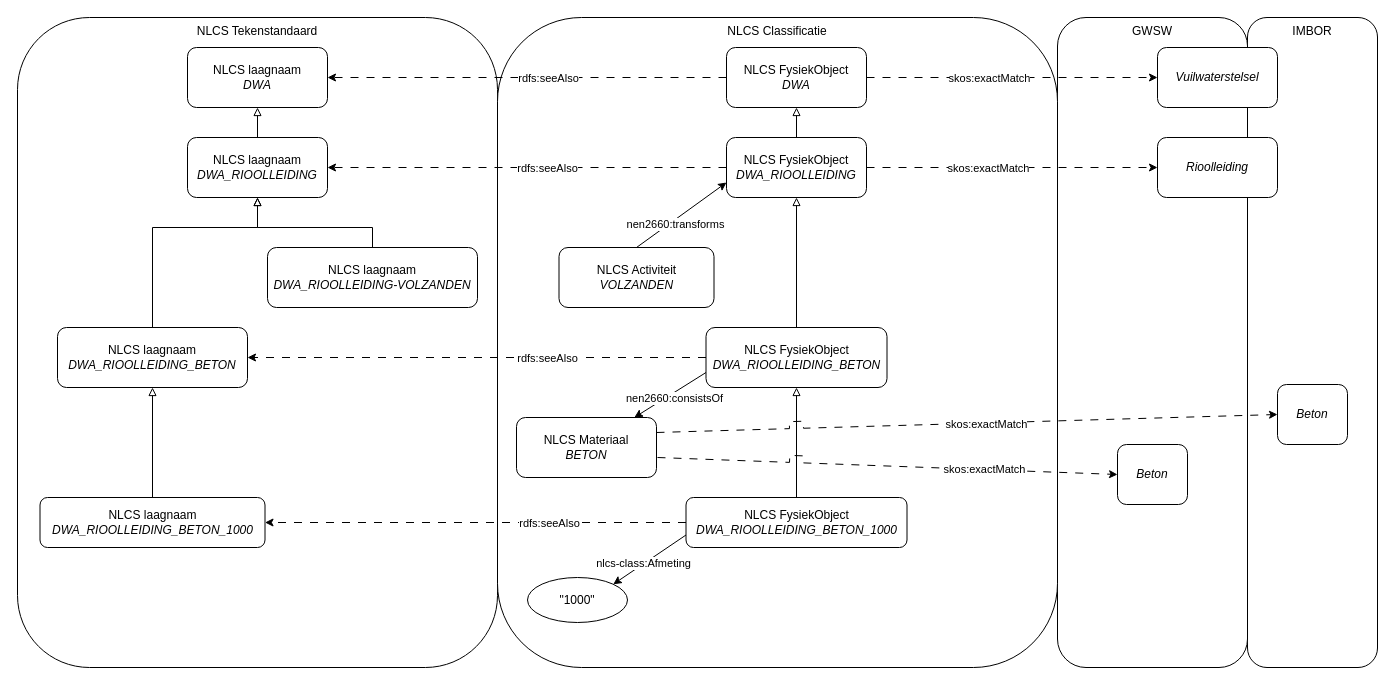
nl-digigo/NLCS keeps this draw.io diagram as docs/InformatieModelSchema_NlcsClassificatie/NLCSlandschap.drawio. Above is the earlier version. Source tidied: cells renumbered, new cells numbered last; positions are measured from the earlier drawing's top-left corner, leaving out a move shared by most shapes. Both pictures are drawn from the tidied source at 100%, with x=0, y=0 at pixel (17, 17).
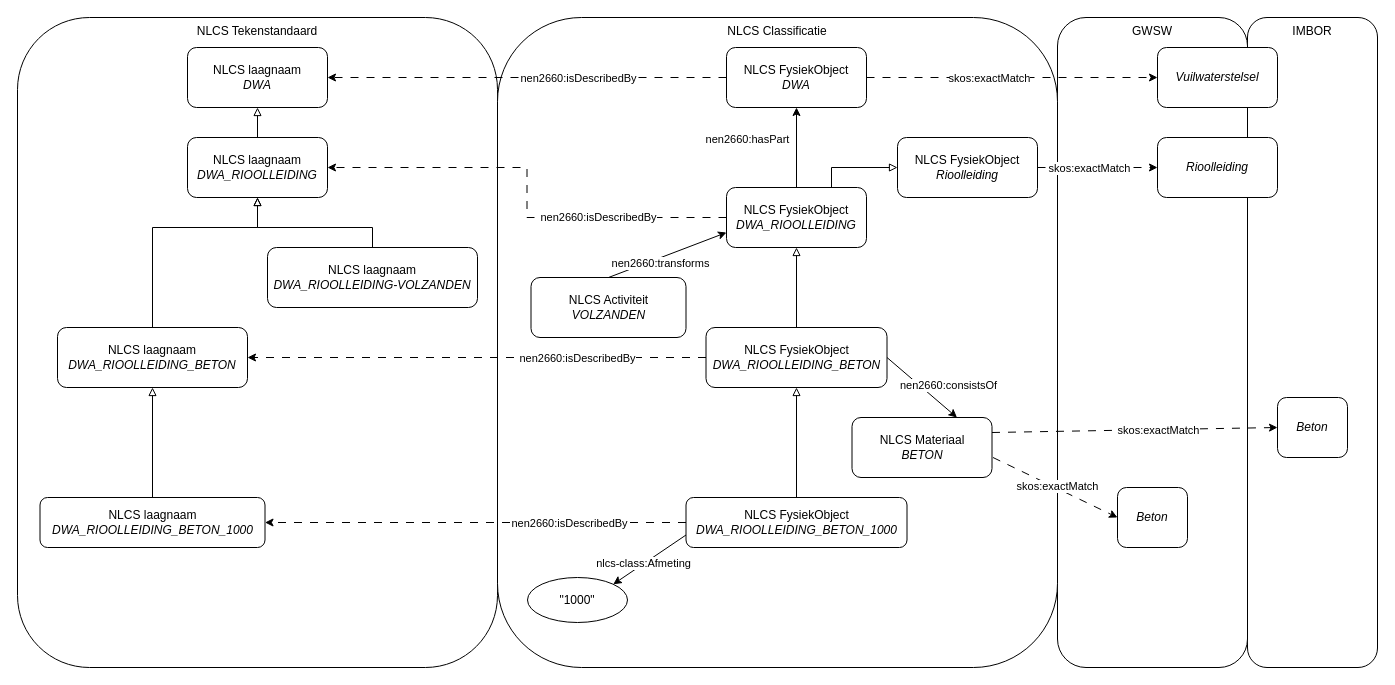
The same diagram, later.

Commit message:
update nlcs classification model

Unchanged cells that the change refers to:
```xml
<mxCell id="13" style="edgeStyle=orthogonalEdgeStyle;rounded=0;jettySize=auto;html=1;entryX=1;entryY=0.5;entryDx=0;entryDy=0;dashed=1;dashPattern=8 8;" parent="1" edge="1" source="17" target="7">
  <mxGeometry relative="1" as="geometry" />
</mxCell>
<mxCell id="19" style="edgeStyle=orthogonalEdgeStyle;rounded=0;jettySize=auto;html=1;entryX=1;entryY=0.5;entryDx=0;entryDy=0;dashed=1;dashPattern=8 8;" parent="1" edge="1" source="21" target="9">
  <mxGeometry relative="1" as="geometry" />
</mxCell>
<mxCell id="21" value="NLCS FysiekObject&lt;div&gt;&lt;i&gt;DWA_RIOOLLEIDING_BETON&lt;/i&gt;&lt;/div&gt;" style="rounded=1;whiteSpace=wrap;html=1;" parent="1" vertex="1">
  <mxGeometry x="688.5" y="310" width="181" height="60" as="geometry" />
</mxCell>
<mxCell id="22" style="edgeStyle=orthogonalEdgeStyle;rounded=0;jettySize=auto;html=1;dashed=1;dashPattern=8 8;" parent="1" edge="1" source="27" target="11">
  <mxGeometry relative="1" as="geometry" />
</mxCell>
<mxCell id="36" style="edgeStyle=orthogonalEdgeStyle;rounded=0;jettySize=auto;html=1;entryX=1;entryY=0.5;entryDx=0;entryDy=0;dashed=1;dashPattern=8 8;" parent="1" edge="1" source="40" target="35">
  <mxGeometry relative="1" as="geometry" />
</mxCell>
<mxCell id="40" value="NLCS FysiekObject&lt;div&gt;&lt;i&gt;DWA&lt;/i&gt;&lt;/div&gt;" style="rounded=1;whiteSpace=wrap;html=1;" parent="1" vertex="1">
  <mxGeometry x="709" y="30" width="140" height="60" as="geometry" />
</mxCell>
<mxCell id="49" value="&lt;i&gt;Rioolleiding&lt;/i&gt;" style="rounded=1;whiteSpace=wrap;html=1;" parent="1" vertex="1">
  <mxGeometry x="1140" y="120" width="120" height="60" as="geometry" />
</mxCell>
```

Diff of the diagram source:
```diff
@@
-    <mxCell id="12" style="edgeStyle=orthogonalEdgeStyle;rounded=0;jettySize=auto;html=1;endArrow=block;endFill=0;" parent="1" edge="1" source="17" target="40">
-      <mxGeometry relative="1" as="geometry" />
+    <mxCell id="12" value="nen2660:hasPart" style="edgeStyle=orthogonalEdgeStyle;rounded=0;jettySize=auto;html=1;endArrow=classic;endFill=1;" parent="1" edge="1" source="17" target="40">
+      <mxGeometry x="0.2" y="49" relative="1" as="geometry" />
     </mxCell>
@@
-    <mxCell id="14" value="rdfs:seeAlso" style="edgeLabel;html=1;align=center;verticalAlign=middle;" parent="13" vertex="1">
+    <mxCell id="14" value="nen2660:isDescribedBy" style="edgeLabel;html=1;align=center;verticalAlign=middle;" parent="13" vertex="1">
       <mxGeometry x="-0.06" y="2" relative="1" as="geometry">
-        <mxPoint x="8" y="-2" as="offset" />
+        <mxPoint x="73" y="11" as="offset" />
       </mxGeometry>
     </mxCell>
-    <mxCell id="15" style="edgeStyle=orthogonalEdgeStyle;rounded=0;jettySize=auto;html=1;entryX=0;entryY=0.5;entryDx=0;entryDy=0;dashed=1;dashPattern=8 8;" parent="1" edge="1" source="17" target="49">
+    <mxCell id="15" style="edgeStyle=orthogonalEdgeStyle;rounded=0;jettySize=auto;html=1;entryX=0;entryY=0.5;entryDx=0;entryDy=0;dashed=1;dashPattern=8 8;" parent="1" edge="1" source="51" target="49">
       <mxGeometry relative="1" as="geometry" />
     </mxCell>
@@
     <mxCell id="17" value="NLCS FysiekObject&lt;div&gt;&lt;i&gt;DWA_RIOOLLEIDING&lt;/i&gt;&lt;/div&gt;" style="rounded=1;whiteSpace=wrap;html=1;" parent="1" vertex="1">
-      <mxGeometry x="709" y="120" width="140" height="60" as="geometry" />
+      <mxGeometry x="709" y="170" width="140" height="60" as="geometry" />
     </mxCell>
@@
-    <mxCell id="20" value="rdfs:seeAlso" style="edgeLabel;html=1;align=center;verticalAlign=middle;" parent="19" vertex="1">
+    <mxCell id="20" value="nen2660:isDescribedBy" style="edgeLabel;html=1;align=center;verticalAlign=middle;" parent="19" vertex="1">
       <mxGeometry x="-0.56" y="-2" relative="1" as="geometry">
-        <mxPoint x="-58" y="2" as="offset" />
+        <mxPoint x="-28" y="2" as="offset" />
       </mxGeometry>
     </mxCell>
@@
-    <mxCell id="23" value="rdfs:seeAlso" style="edgeLabel;html=1;align=center;verticalAlign=middle;" parent="22" vertex="1">
+    <mxCell id="23" value="nen2660:isDescribedBy" style="edgeLabel;html=1;align=center;verticalAlign=middle;" parent="22" vertex="1">
       <mxGeometry x="-0.36" y="-3" relative="1" as="geometry">
-        <mxPoint x="-2" y="3" as="offset" />
+        <mxPoint x="18" y="3" as="offset" />
       </mxGeometry>
     </mxCell>
@@
-    <mxCell id="28" style="rounded=0;jettySize=auto;html=1;exitX=0;exitY=0.75;exitDx=0;exitDy=0;" parent="1" edge="1" source="21" target="34">
+    <mxCell id="28" style="rounded=0;jettySize=auto;html=1;exitX=1;exitY=0.5;exitDx=0;exitDy=0;entryX=0.75;entryY=0;entryDx=0;entryDy=0;" parent="1" edge="1" source="21" target="34">
       <mxGeometry relative="1" as="geometry" />
     </mxCell>
     <mxCell id="29" value="nen2660:consistsOf" style="edgeLabel;html=1;align=center;verticalAlign=middle;" parent="28" vertex="1">
       <mxGeometry x="-0.24" y="3" relative="1" as="geometry">
-        <mxPoint x="-6" y="6" as="offset" />
+        <mxPoint x="32" y="7" as="offset" />
       </mxGeometry>
     </mxCell>
     <mxCell id="30" style="rounded=0;jettySize=auto;html=1;entryX=0;entryY=0.5;entryDx=0;entryDy=0;jumpStyle=sharp;dashed=1;dashPattern=8 8;jumpSize=14;" parent="1" edge="1" target="48">
       <mxGeometry relative="1" as="geometry">
-        <mxPoint x="640" y="440" as="sourcePoint" />
+        <mxPoint x="975.5" y="440" as="sourcePoint" />
       </mxGeometry>
     </mxCell>
     <mxCell id="31" value="skos:exactMatch" style="edgeLabel;html=1;align=center;verticalAlign=middle;" parent="30" vertex="1">
       <mxGeometry x="0.37" y="-4" relative="1" as="geometry">
-        <mxPoint x="12" y="-4" as="offset" />
+        <mxPoint x="-20" y="-16" as="offset" />
       </mxGeometry>
     </mxCell>
@@
     <mxCell id="34" value="NLCS Materiaal&lt;div&gt;&lt;i&gt;BETON&lt;/i&gt;&lt;/div&gt;" style="rounded=1;whiteSpace=wrap;html=1;" parent="1" vertex="1">
-      <mxGeometry x="499" y="400" width="140" height="60" as="geometry" />
+      <mxGeometry x="834.5" y="400" width="140" height="60" as="geometry" />
     </mxCell>
@@
-    <mxCell id="37" value="rdfs:seeAlso" style="edgeLabel;html=1;align=center;verticalAlign=middle;" parent="36" vertex="1">
+    <mxCell id="37" value="nen2660:isDescribedBy" style="edgeLabel;html=1;align=center;verticalAlign=middle;" parent="36" vertex="1">
       <mxGeometry relative="1" as="geometry">
-        <mxPoint x="21" as="offset" />
+        <mxPoint x="51" as="offset" />
       </mxGeometry>
     </mxCell>
@@
     <mxCell id="45" value="NLCS Activiteit&lt;div&gt;&lt;i style=&quot;background-color: transparent; color: light-dark(rgb(0, 0, 0), rgb(255, 255, 255));&quot;&gt;VOLZANDEN&lt;/i&gt;&lt;/div&gt;" style="rounded=1;whiteSpace=wrap;html=1;" parent="1" vertex="1">
-      <mxGeometry x="541.5" y="230" width="155" height="60" as="geometry" />
+      <mxGeometry x="513.5" y="260" width="155" height="60" as="geometry" />
     </mxCell>
@@
     <mxCell id="48" value="&lt;i&gt;Beton&lt;/i&gt;" style="rounded=1;whiteSpace=wrap;html=1;" parent="1" vertex="1">
-      <mxGeometry x="1100" y="427" width="70" height="60" as="geometry" />
+      <mxGeometry x="1100" y="470" width="70" height="60" as="geometry" />
     </mxCell>
@@
     <mxCell id="50" value="&lt;i&gt;Beton&lt;/i&gt;" style="rounded=1;whiteSpace=wrap;html=1;" parent="1" vertex="1">
-      <mxGeometry x="1260" y="367" width="70" height="60" as="geometry" />
+      <mxGeometry x="1260" y="380" width="70" height="60" as="geometry" />
     </mxCell>
+    <mxCell id="51" value="NLCS FysiekObject&lt;div&gt;&lt;i&gt;Rioolleiding&lt;/i&gt;&lt;/div&gt;" style="rounded=1;whiteSpace=wrap;html=1;" parent="1" vertex="1">
+      <mxGeometry x="880" y="120" width="140" height="60" as="geometry" />
+    </mxCell>
+    <mxCell id="52" style="edgeStyle=orthogonalEdgeStyle;rounded=0;jettySize=auto;html=1;endArrow=block;endFill=0;entryX=0;entryY=0.5;entryDx=0;entryDy=0;exitX=0.75;exitY=0;exitDx=0;exitDy=0;" parent="1" edge="1" source="17" target="51">
+      <mxGeometry relative="1" as="geometry" />
+    </mxCell>
```
